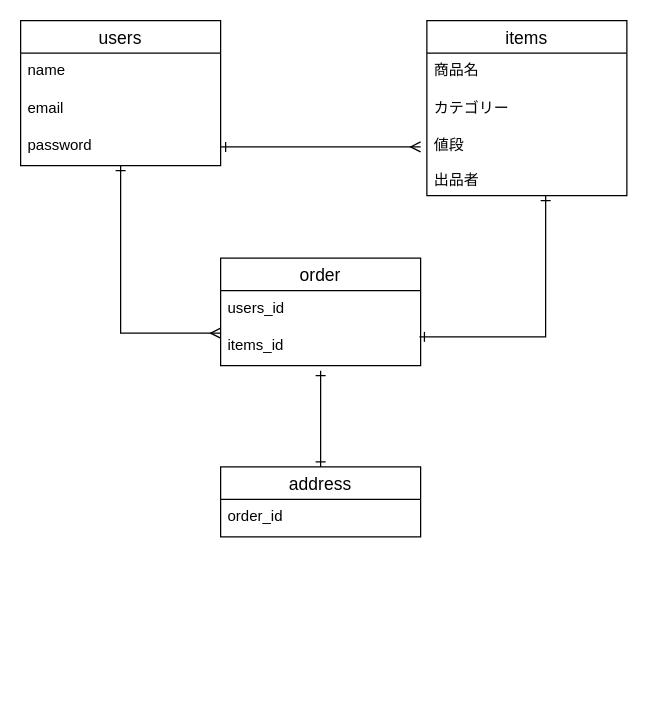
Before: test.dio in akane1213/furima-32334, a draw.io diagram. Source tidied: cells renumbered, new cells numbered last; positions are measured from the earlier drawing's top-left corner, leaving out a move shared by most shapes. Both pictures are drawn from the tidied source at 125%, with x=0, y=0 at pixel (20, 20).
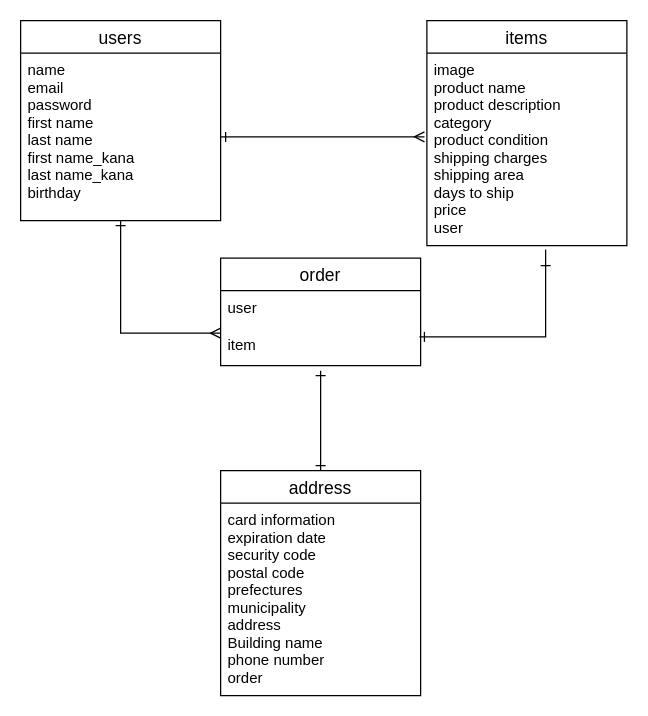
After the change.

Commit message (it also covers changes not shown here):
README.md_提出前訂正

The change refers to these unchanged cells:
```xml
<mxCell id="11" value="order" style="swimlane;fontStyle=0;horizontal=1;startSize=26;align=center;fontSize=14;" parent="1" vertex="1">
  <mxGeometry x="160" y="190" width="160" height="86" as="geometry" />
</mxCell>
```

What changed in the source:
```diff
@@
     <mxCell id="2" value="users" style="swimlane;fontStyle=0;horizontal=1;startSize=26;align=center;fontSize=14;" parent="1" vertex="1">
-      <mxGeometry width="160" height="116" as="geometry" />
+      <mxGeometry width="160" height="160" as="geometry" />
     </mxCell>
-    <mxCell id="3" value="name" style="text;strokeColor=none;fillColor=none;spacingLeft=4;spacingRight=4;overflow=hidden;fontSize=12;" parent="2" vertex="1">
-      <mxGeometry y="26" width="160" height="30" as="geometry" />
-    </mxCell>
-    <mxCell id="4" value="email" style="text;strokeColor=none;fillColor=none;spacingLeft=4;spacingRight=4;overflow=hidden;points=[[0,0.5],[1,0.5]];portConstraint=eastwest;fontSize=12;" parent="2" vertex="1">
-      <mxGeometry y="56" width="160" height="30" as="geometry" />
+    <mxCell id="4" value="name&#10;email&#10;password&#10;first name&#10;last name&#10;first name_kana&#10;last name_kana&#10;birthday" style="text;strokeColor=none;fillColor=none;spacingLeft=4;spacingRight=4;overflow=hidden;points=[[0,0.5],[1,0.5]];portConstraint=eastwest;fontSize=12;" parent="2" vertex="1">
+      <mxGeometry y="26" width="160" height="134" as="geometry" />
     </mxCell>
-    <mxCell id="5" value="password" style="text;strokeColor=none;fillColor=none;spacingLeft=4;spacingRight=4;overflow=hidden;points=[[0,0.5],[1,0.5]];portConstraint=eastwest;fontSize=12;" parent="2" vertex="1">
-      <mxGeometry y="86" width="160" height="30" as="geometry" />
-    </mxCell>
     <mxCell id="6" value="items" style="swimlane;fontStyle=0;horizontal=1;startSize=26;align=center;fontSize=14;" parent="1" vertex="1">
-      <mxGeometry x="325" width="160" height="140" as="geometry" />
+      <mxGeometry x="325" width="160" height="180" as="geometry" />
     </mxCell>
-    <mxCell id="7" value="商品名" style="text;strokeColor=none;fillColor=none;spacingLeft=4;spacingRight=4;overflow=hidden;points=[[0,0.5],[1,0.5]];portConstraint=eastwest;fontSize=12;" parent="6" vertex="1">
-      <mxGeometry y="26" width="160" height="30" as="geometry" />
+    <mxCell id="7" value="image&#10;product name&#10;product description&#10;category&#10;product condition&#10;shipping charges&#10;shipping area&#10;days to ship&#10;price&#10;user" style="text;strokeColor=none;fillColor=none;spacingLeft=4;spacingRight=4;overflow=hidden;points=[[0,0.5],[1,0.5]];portConstraint=eastwest;fontSize=12;" parent="6" vertex="1">
+      <mxGeometry y="26" width="160" height="154" as="geometry" />
     </mxCell>
-    <mxCell id="8" value="カテゴリー" style="text;strokeColor=none;fillColor=none;spacingLeft=4;spacingRight=4;overflow=hidden;fontSize=12;" parent="6" vertex="1">
-      <mxGeometry y="56" width="160" height="30" as="geometry" />
-    </mxCell>
-    <mxCell id="9" value="値段&#10;&#10;出品者" style="text;strokeColor=none;fillColor=none;spacingLeft=4;spacingRight=4;overflow=hidden;points=[[0,0.5],[1,0.5]];portConstraint=eastwest;fontSize=12;" parent="6" vertex="1">
-      <mxGeometry y="86" width="160" height="54" as="geometry" />
-    </mxCell>
-    <mxCell id="10" style="edgeStyle=orthogonalEdgeStyle;rounded=0;jettySize=auto;html=1;exitX=1;exitY=0.5;exitDx=0;exitDy=0;endArrow=ERmany;endFill=0;startArrow=ERone;startFill=0;" parent="1" edge="1" source="5">
-      <mxGeometry relative="1" as="geometry">
-        <mxPoint x="320" y="101" as="targetPoint" />
-      </mxGeometry>
-    </mxCell>
@@
-    <mxCell id="12" value="users_id" style="text;strokeColor=none;fillColor=none;spacingLeft=4;spacingRight=4;overflow=hidden;fontSize=12;" parent="11" vertex="1">
+    <mxCell id="12" value="user" style="text;strokeColor=none;fillColor=none;spacingLeft=4;spacingRight=4;overflow=hidden;fontSize=12;" parent="11" vertex="1">
       <mxGeometry y="26" width="160" height="30" as="geometry" />
     </mxCell>
-    <mxCell id="13" value="items_id" style="text;strokeColor=none;fillColor=none;spacingLeft=4;spacingRight=4;overflow=hidden;points=[[0,0.5],[1,0.5]];portConstraint=eastwest;fontSize=12;" parent="11" vertex="1">
+    <mxCell id="13" value="item" style="text;strokeColor=none;fillColor=none;spacingLeft=4;spacingRight=4;overflow=hidden;points=[[0,0.5],[1,0.5]];portConstraint=eastwest;fontSize=12;" parent="11" vertex="1">
       <mxGeometry y="56" width="160" height="30" as="geometry" />
     </mxCell>
-    <mxCell id="14" style="edgeStyle=orthogonalEdgeStyle;rounded=0;jettySize=auto;html=1;startArrow=ERone;startFill=0;endArrow=ERmany;endFill=0;" parent="1" edge="1" source="5">
+    <mxCell id="14" style="edgeStyle=orthogonalEdgeStyle;rounded=0;orthogonalLoop=1;jettySize=auto;html=1;startArrow=ERone;startFill=0;endArrow=ERmany;endFill=0;" parent="1" edge="1">
       <mxGeometry relative="1" as="geometry">
+        <mxPoint x="80" y="160" as="sourcePoint" />
         <mxPoint x="160" y="250" as="targetPoint" />
         <Array as="points">
           <mxPoint x="80" y="250" />
           <mxPoint x="160" y="250" />
         </Array>
       </mxGeometry>
     </mxCell>
-    <mxCell id="15" style="edgeStyle=orthogonalEdgeStyle;rounded=0;jettySize=auto;html=1;exitX=0.594;exitY=1;exitDx=0;exitDy=0;entryX=0.994;entryY=0.233;entryDx=0;entryDy=0;entryPerimeter=0;startArrow=ERone;startFill=0;endArrow=ERone;endFill=0;exitPerimeter=0;" parent="1" edge="1" source="9" target="13">
+    <mxCell id="15" style="edgeStyle=orthogonalEdgeStyle;rounded=0;jettySize=auto;html=1;entryX=0.994;entryY=0.233;entryDx=0;entryDy=0;entryPerimeter=0;startArrow=ERone;startFill=0;endArrow=ERone;endFill=0;" parent="1" edge="1" target="13">
       <mxGeometry relative="1" as="geometry">
+        <mxPoint x="420" y="200" as="sourcePoint" />
         <Array as="points">
+          <mxPoint x="420" y="183" />
           <mxPoint x="420" y="253" />
         </Array>
       </mxGeometry>
     </mxCell>
-    <mxCell id="16" style="edgeStyle=orthogonalEdgeStyle;rounded=0;jettySize=auto;html=1;exitX=0.5;exitY=0;exitDx=0;exitDy=0;startArrow=ERone;startFill=0;endArrow=ERone;endFill=0;" parent="1" edge="1" source="17">
-      <mxGeometry relative="1" as="geometry">
-        <mxPoint x="240" y="280" as="targetPoint" />
-      </mxGeometry>
-    </mxCell>
+    <mxCell id="19" style="edgeStyle=orthogonalEdgeStyle;rounded=0;jettySize=auto;html=1;exitX=0.5;exitY=0;exitDx=0;exitDy=0;startArrow=ERone;startFill=0;endArrow=ERone;endFill=0;" parent="1" edge="1" source="17">
+      <mxGeometry relative="1" as="geometry">
+        <mxPoint x="240" y="280" as="targetPoint" />
+      </mxGeometry>
+    </mxCell>
     <mxCell id="17" value="address" style="swimlane;fontStyle=0;horizontal=1;startSize=26;align=center;fontSize=14;" parent="1" vertex="1">
-      <mxGeometry x="160" y="357" width="160" height="56" as="geometry" />
+      <mxGeometry x="160" y="360" width="160" height="180" as="geometry" />
     </mxCell>
-    <mxCell id="18" value="order_id" style="text;strokeColor=none;fillColor=none;spacingLeft=4;spacingRight=4;overflow=hidden;fontSize=12;" parent="17" vertex="1">
-      <mxGeometry y="26" width="160" height="30" as="geometry" />
+    <mxCell id="18" value="card information&#10;expiration date&#10;security code&#10;postal code&#10;prefectures&#10;municipality&#10;address&#10;Building name&#10;phone number&#10;order" style="text;strokeColor=none;fillColor=none;spacingLeft=4;spacingRight=4;overflow=hidden;fontSize=12;" parent="17" vertex="1">
+      <mxGeometry y="26" width="160" height="154" as="geometry" />
     </mxCell>
+    <mxCell id="20" style="edgeStyle=orthogonalEdgeStyle;rounded=0;jettySize=auto;html=1;exitX=1;exitY=0.5;exitDx=0;exitDy=0;entryX=-0.012;entryY=0.435;entryDx=0;entryDy=0;entryPerimeter=0;startArrow=ERone;startFill=0;endArrow=ERmany;endFill=0;" parent="1" edge="1" source="4" target="7">
+      <mxGeometry relative="1" as="geometry" />
+    </mxCell>
```
